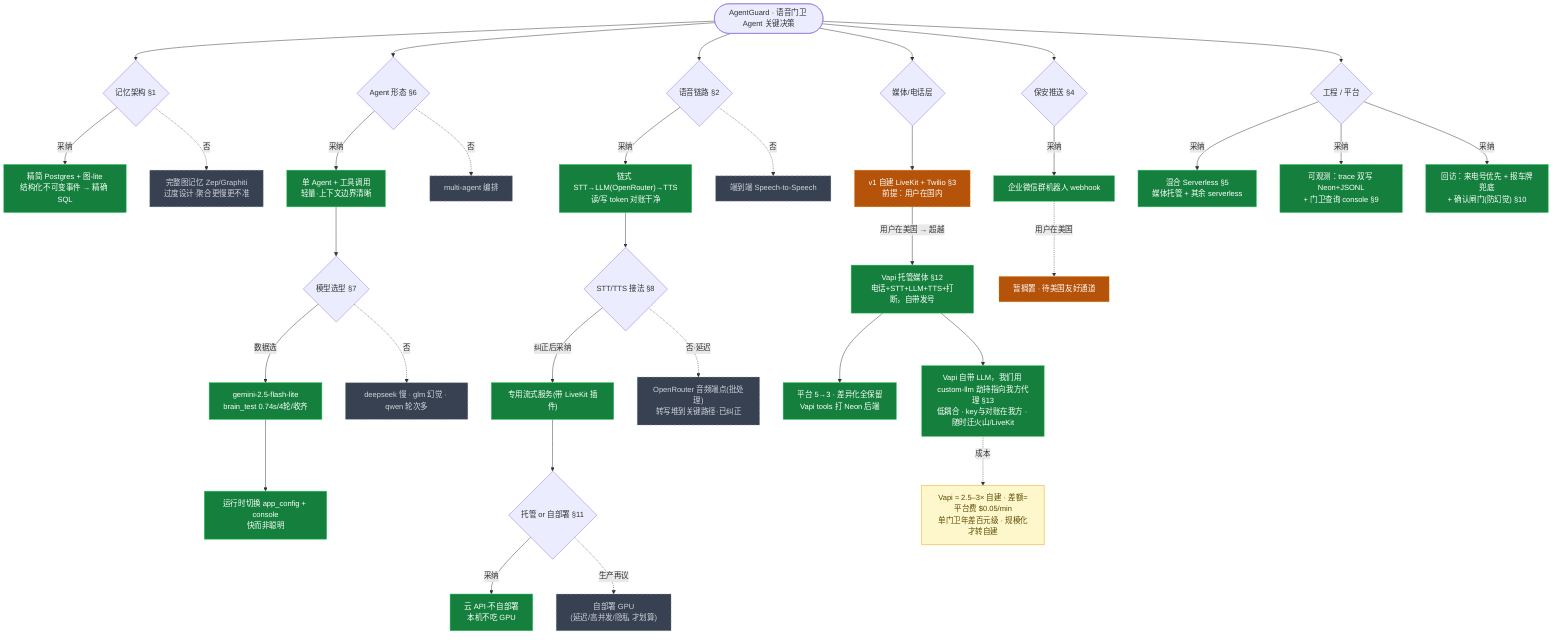
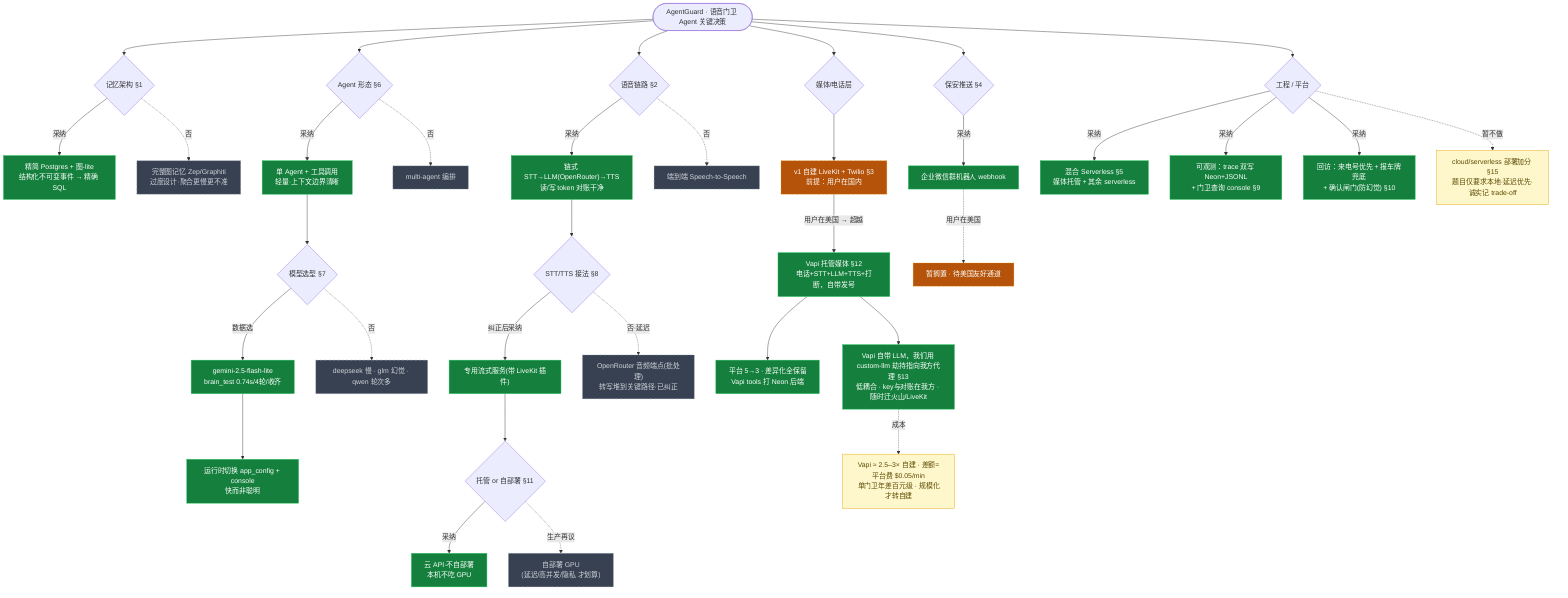
%% AgentGuard 关键决策树
%% 纪律：每做一个决策点 → 这里加节点 + docs/HANDOFF.md 追加对应 ADR(§N)，两者同步。
%% 图例：绿=采纳 / 灰虚线=否决 / 橙虚线=已被超越(演进)
%% 渲染：mermaid.live 或 VS Code Mermaid 插件
flowchart TD
    ROOT(["AgentGuard · 语音门卫 Agent 关键决策"])

    %% ---- 记忆 ----
    ROOT --> M{"记忆架构 §1"}
    M -->|采纳| M1["精简 Postgres + 图-lite<br/>结构化不可变事件 → 精确 SQL"]:::pick
    M -.否.-> M2["完整图记忆 Zep/Graphiti<br/>过度设计·聚合更慢更不准"]:::drop

    %% ---- 大脑 ----
    ROOT --> B{"Agent 形态 §6"}
    B -->|采纳| B1["单 Agent + 工具调用<br/>轻量·上下文边界清晰"]:::pick
    B -.否.-> B2["multi-agent 编排"]:::drop
    B1 --> B3{"模型选型 §7"}
    B3 -->|数据选| B3a["gemini-2.5-flash-lite<br/>brain_test 0.74s/4轮/收齐"]:::pick
    B3 -.否.-> B3b["deepseek 慢 · glm 幻觉 · qwen 轮次多"]:::drop
    B3a --> B4["运行时切换 app_config + console<br/>快而非聪明"]:::pick

    %% ---- 语音处理 ----
    ROOT --> V{"语音链路 §2"}
    V -->|采纳| V1["链式 STT→LLM(OpenRouter)→TTS<br/>读/写 token 对账干净"]:::pick
    V -.否.-> V2["端到端 Speech-to-Speech"]:::drop
    V1 --> V3{"STT/TTS 接法 §8"}
    V3 -->|纠正后采纳| V3a["专用流式服务(带 LiveKit 插件)"]:::pick
    V3 -.否·延迟.-> V3b["OpenRouter 音频端点(批处理)<br/>转写堆到关键路径·已纠正"]:::drop
    V3a --> V4{"托管 or 自部署 §11"}
    V4 -->|采纳| V4a["云 API·不自部署<br/>本机不吃 GPU"]:::pick
    V4 -.生产再议.-> V4b["自部署 GPU<br/>(延迟/高并发/隐私 才划算)"]:::drop

    %% ---- 媒体/电话（演进）----
    ROOT --> P{"媒体/电话层"}
    P --> P1["v1 自建 LiveKit + Twilio §3<br/>前提：用户在国内"]:::super
    P1 -->|"用户在美国 → 超越"| P2["Vapi 托管媒体 §12<br/>电话+STT+LLM+TTS+打断，自带发号"]:::pick
    P2 --> P3["平台 5→3 · 差异化全保留<br/>Vapi tools 打 Neon 后端"]:::pick
    P2 --> P4["Vapi 自带 LLM，我们用 custom-llm 劫持指向我方代理 §13<br/>低耦合 · key与对账在我方 · 随时迁火山/LiveKit"]:::pick
    P4 -.成本.-> P5["Vapi ≈ 2.5–3× 自建 · 差额=平台费 $0.05/min<br/>单门卫年差百元级 · 规模化才转自建"]:::note

    %% ---- 保安推送 ----
    ROOT --> W{"保安推送 §4"}
    W -->|采纳| W1["企业微信群机器人 webhook"]:::pick
    W1 -.->|"用户在美国"| W2["暂搁置 · 待美国友好通道"]:::super

    %% ---- 工程/平台 ----
    ROOT --> E{"工程 / 平台"}
    E -->|采纳| E1["混合 Serverless §5<br/>媒体托管 + 其余 serverless"]:::pick
    E -->|采纳| E2["可观测：trace 双写 Neon+JSONL<br/>+ 门卫查询 console §9"]:::pick
    E -->|采纳| E3["回访：来电号优先 + 报车牌兜底<br/>+ 确认闸门(防幻觉) §10"]:::pick
+     E -.->|暂不做| E4["cloud/serverless 部署加分 §15<br/>题目仅要求本地·延迟优先·诚实记 trade-off"]:::note

    classDef pick fill:#15803d,stroke:#22c55e,color:#ffffff
    classDef drop fill:#374151,stroke:#9ca3af,color:#d1d5db,stroke-dasharray:5
    classDef super fill:#b45309,stroke:#f59e0b,color:#ffffff,stroke-dasharray:5
    classDef note fill:#fff7cc,stroke:#e8a302,color:#5a4a00

%% ===================== 成本表（决策12/§13 依据）=====================
%% 同用便宜 provider，全算下来：自建 ~$0.03/min vs Vapi ~$0.08/min，差额=Vapi 平台费 $0.05/min。
%% 按每通 30 秒（15 秒则各项减半）：
%%   车流/天 | 自建/年 | Vapi/年 | 差额/月 | 差额/年
%%      20   |  $110   |  $292   |  $15    |  $182
%%      50   |  $274   |  $730   |  $38    |  $456
%%     100   |  $548   | $1460   |  $75    |  $912
%%     200   | $1095   | $2920   | $150    | $1825
%% 结论：单门卫量级绝对差额百元级（不大），仅百分比(~2.6×)看着高；规模化才是转自建的触发阈值。
%% ==================================================================
